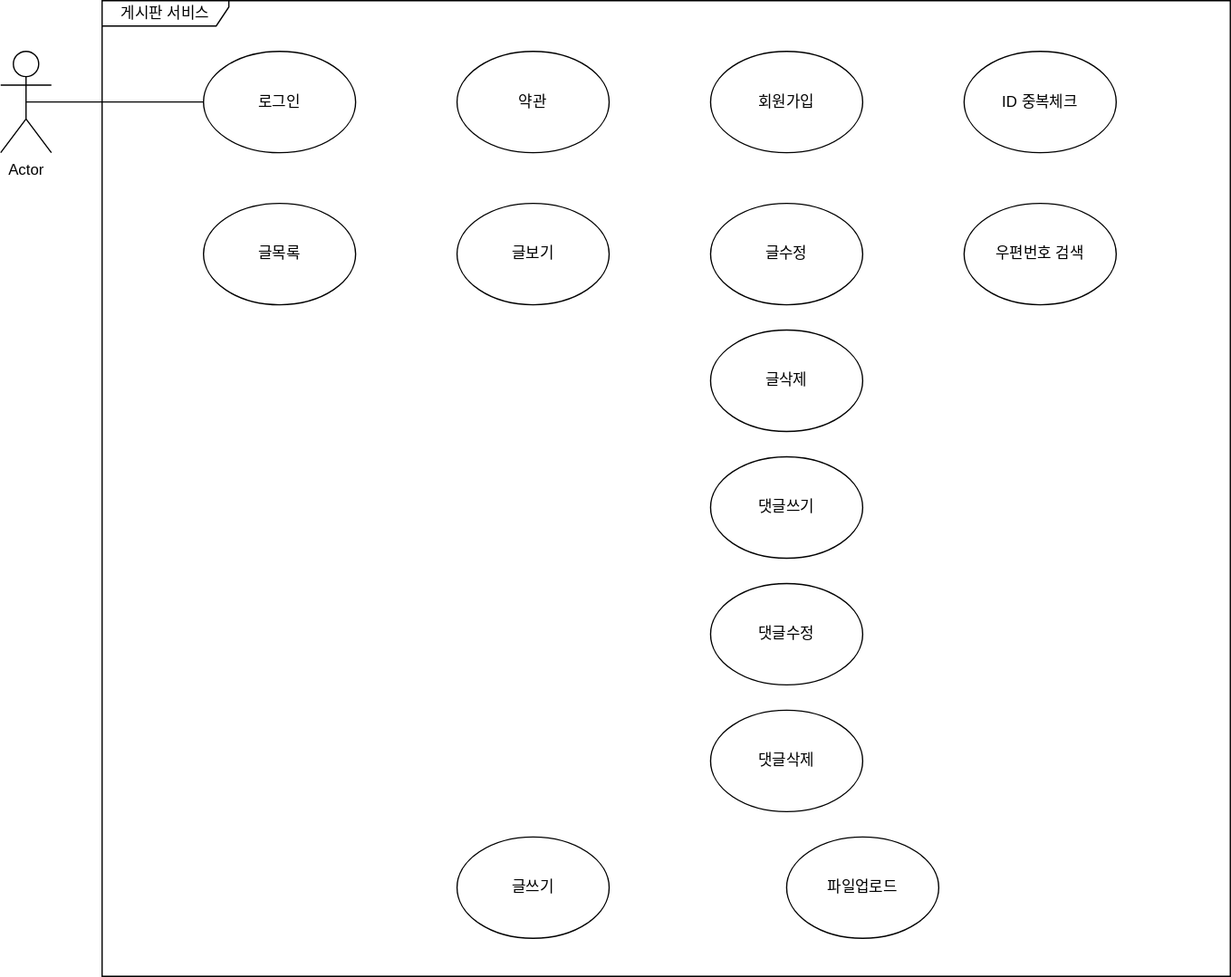
Above: JBoard1/게시판 유스케이스.svg in SBUX1992/JSP (draw.io), before the change. Source tidied: cells renumbered, new cells last; positions are measured from the earlier drawing's top-left corner, leaving out a move shared by most shapes.
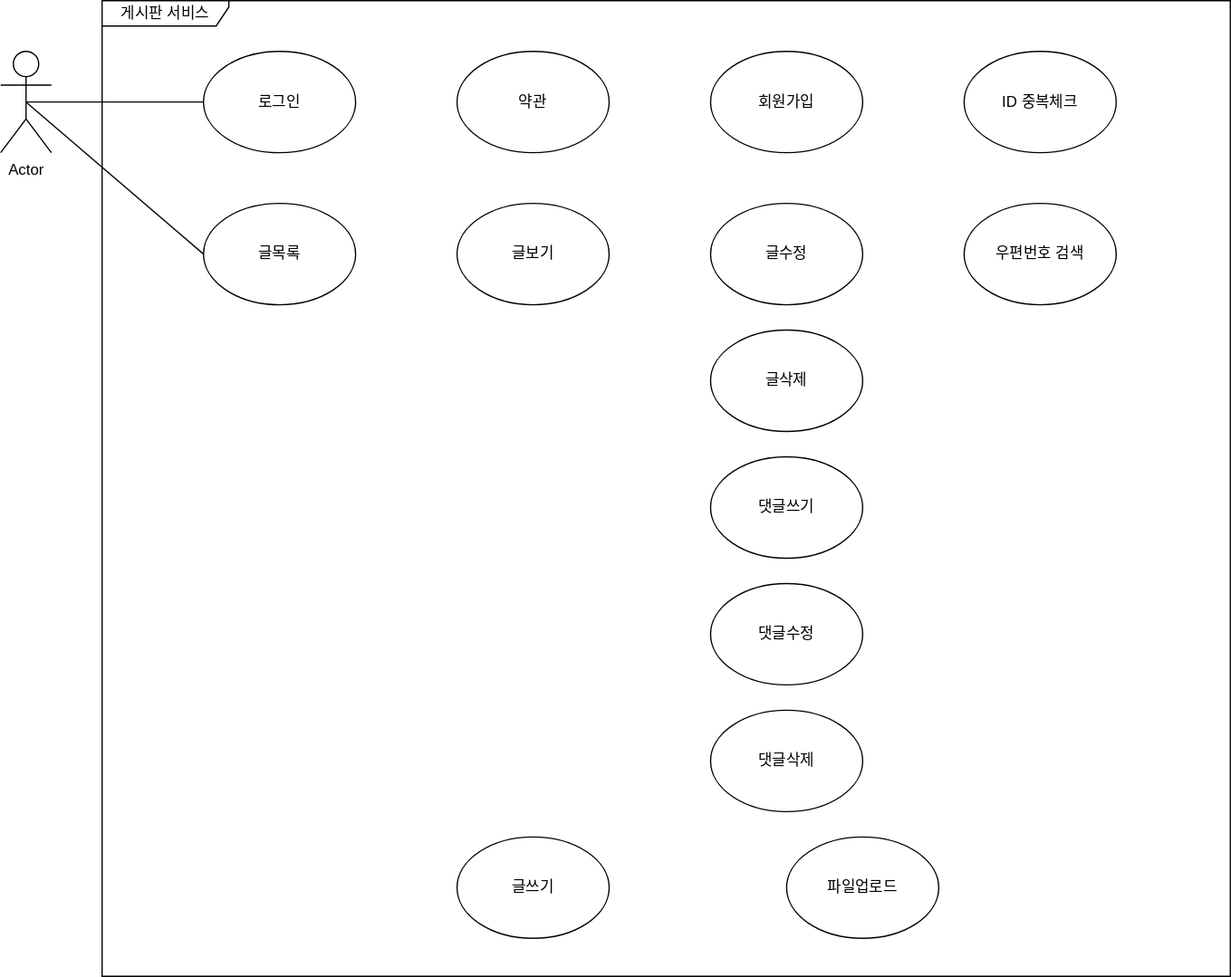
The same diagram one commit later.

What changed in the source:
```diff
@@ -53,5 +53,8 @@
     <mxCell id="18" value="파일업로드" style="ellipse;whiteSpace=wrap;html=1;" parent="1" vertex="1">
       <mxGeometry x="620" y="660" width="120" height="80" as="geometry" />
     </mxCell>
+    <mxCell id="19" style="endArrow=none;html=1;rounded=0;entryX=0.5;entryY=0.5;entryDx=0;entryDy=0;entryPerimeter=0;exitX=0;exitY=0.5;exitDx=0;exitDy=0;" parent="1" edge="1" source="6" target="4">
+      <mxGeometry relative="1" as="geometry" />
+    </mxCell>
   </root>
 </mxGraphModel>
```
